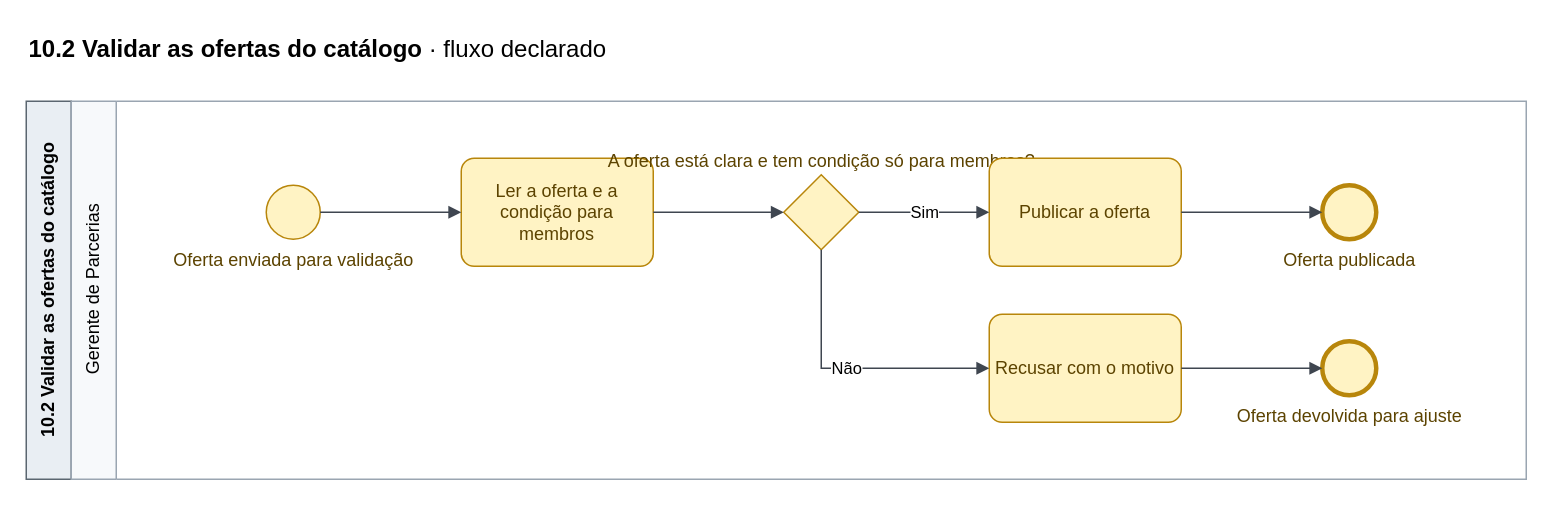
Above: page "10.4 Validar as ofertas do catálogo" (84 of 88) of mapeamentos/wise-partners-to-be/saidas/mapa.drawio in Guilherme-MFaccin/Wise-Partners (draw.io), before the change. Source tidied: cells renumbered, new cells numbered last; positions are measured from the earlier drawing's top-left corner, leaving out a move shared by most shapes. Both pictures are drawn from the tidied source at 150%, with x=0, y=0 at pixel (26, 26).
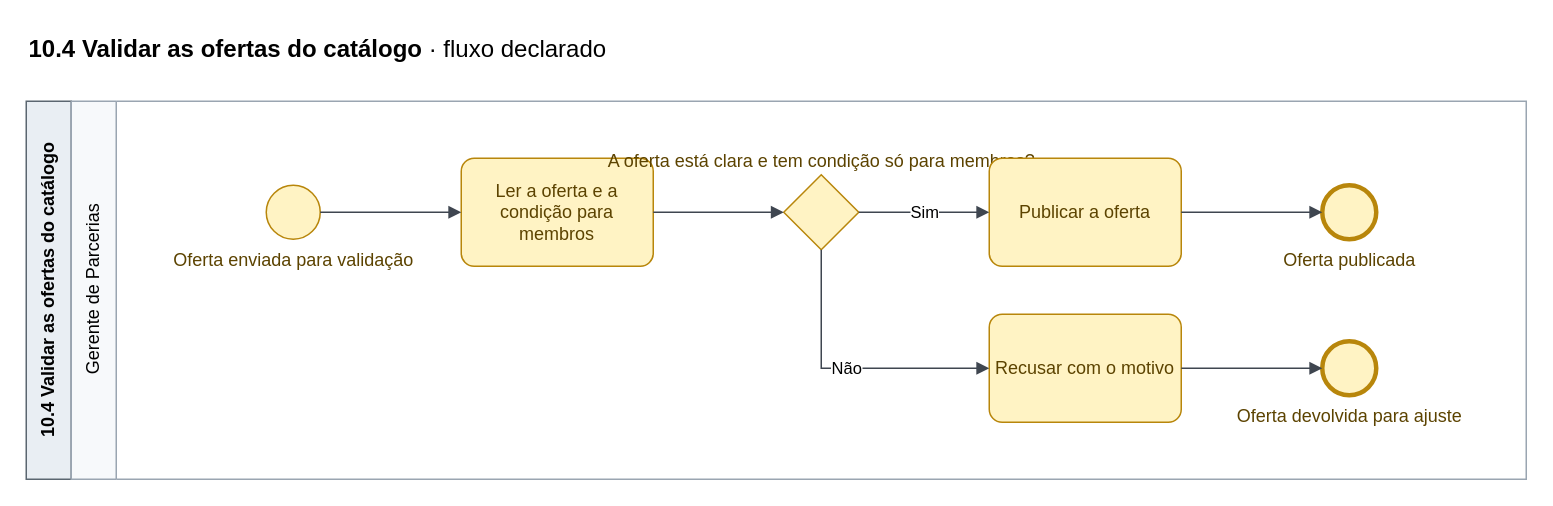
Above is the later version.

The edit, as a diff of the source:
```diff
@@
 <mxGraphModel>
   <root>
     <mxCell id="0" />
     <mxCell id="1" parent="0" />
-    <mxCell id="2" value="&lt;b&gt;10.2 Validar as ofertas do catálogo&lt;/b&gt;  ·  fluxo declarado" style="text;html=1;fontSize=16;align=left;verticalAlign=middle;strokeColor=none;fillColor=none;" parent="1" vertex="1">
+    <mxCell id="2" value="&lt;b&gt;10.4 Validar as ofertas do catálogo&lt;/b&gt;  ·  fluxo declarado" style="text;html=1;fontSize=16;align=left;verticalAlign=middle;strokeColor=none;fillColor=none;" parent="1" vertex="1">
       <mxGeometry width="700" height="30" as="geometry" />
     </mxCell>
-    <mxCell id="3" value="10.2 Validar as ofertas do catálogo" style="rounded=0;whiteSpace=wrap;html=1;horizontal=0;fillColor=#E9EEF3;strokeColor=#5B6670;fontStyle=1;" parent="1" vertex="1">
+    <mxCell id="3" value="10.4 Validar as ofertas do catálogo" style="rounded=0;whiteSpace=wrap;html=1;horizontal=0;fillColor=#E9EEF3;strokeColor=#5B6670;fontStyle=1;" parent="1" vertex="1">
       <mxGeometry y="50" width="30" height="252" as="geometry" />
     </mxCell>
     <mxCell id="4" value="Gerente de Parcerias" style="swimlane;horizontal=0;startSize=30;html=1;fillColor=#F7F9FB;swimlaneFillColor=#FFFFFF;strokeColor=#9AA5B1;fontStyle=0;" parent="1" vertex="1">
       <mxGeometry x="30" y="50" width="970" height="252" as="geometry" />
     </mxCell>
     <mxCell id="5" value="Oferta enviada para validação" style="ellipse;html=1;fillColor=#FFF3C4;strokeColor=#B8860B;fontColor=#5C4300;verticalLabelPosition=bottom;verticalAlign=top;labelPosition=center;align=center;" parent="1" vertex="1">
       <mxGeometry x="160" y="106" width="36" height="36" as="geometry" />
     </mxCell>
     <mxCell id="6" value="Ler a oferta e a condição para membros" style="rounded=1;whiteSpace=wrap;html=1;arcSize=12;fillColor=#FFF3C4;strokeColor=#B8860B;fontColor=#5C4300;" parent="1" vertex="1">
       <mxGeometry x="290" y="88" width="128" height="72" as="geometry" />
     </mxCell>
     <mxCell id="7" value="A oferta está clara e tem condição só para membros?" style="rhombus;html=1;fillColor=#FFF3C4;strokeColor=#B8860B;fontColor=#5C4300;verticalLabelPosition=top;verticalAlign=bottom;labelPosition=center;align=center;" parent="1" vertex="1">
       <mxGeometry x="505" y="99" width="50" height="50" as="geometry" />
     </mxCell>
     <mxCell id="8" value="Publicar a oferta" style="rounded=1;whiteSpace=wrap;html=1;arcSize=12;fillColor=#FFF3C4;strokeColor=#B8860B;fontColor=#5C4300;" parent="1" vertex="1">
       <mxGeometry x="642" y="88" width="128" height="72" as="geometry" />
     </mxCell>
     <mxCell id="9" value="Oferta publicada" style="ellipse;html=1;strokeWidth=3;fillColor=#FFF3C4;strokeColor=#B8860B;fontColor=#5C4300;verticalLabelPosition=bottom;verticalAlign=top;labelPosition=center;align=center;" parent="1" vertex="1">
       <mxGeometry x="864" y="106" width="36" height="36" as="geometry" />
     </mxCell>
     <mxCell id="10" value="Recusar com o motivo" style="rounded=1;whiteSpace=wrap;html=1;arcSize=12;fillColor=#FFF3C4;strokeColor=#B8860B;fontColor=#5C4300;" parent="1" vertex="1">
       <mxGeometry x="642" y="192" width="128" height="72" as="geometry" />
     </mxCell>
     <mxCell id="11" value="Oferta devolvida para ajuste" style="ellipse;html=1;strokeWidth=3;fillColor=#FFF3C4;strokeColor=#B8860B;fontColor=#5C4300;verticalLabelPosition=bottom;verticalAlign=top;labelPosition=center;align=center;" parent="1" vertex="1">
       <mxGeometry x="864" y="210" width="36" height="36" as="geometry" />
     </mxCell>
     <mxCell id="12" style="edgeStyle=orthogonalEdgeStyle;rounded=0;html=1;endArrow=block;endFill=1;strokeColor=#3F4650;" parent="1" edge="1" source="5" target="6">
       <mxGeometry relative="1" as="geometry" />
     </mxCell>
     <mxCell id="13" style="edgeStyle=orthogonalEdgeStyle;rounded=0;html=1;endArrow=block;endFill=1;strokeColor=#3F4650;" parent="1" edge="1" source="6" target="7">
       <mxGeometry relative="1" as="geometry" />
     </mxCell>
     <mxCell id="14" value="Sim" style="edgeStyle=orthogonalEdgeStyle;rounded=0;html=1;endArrow=block;endFill=1;strokeColor=#3F4650;" parent="1" edge="1" source="7" target="8">
       <mxGeometry relative="1" as="geometry" />
     </mxCell>
     <mxCell id="15" style="edgeStyle=orthogonalEdgeStyle;rounded=0;html=1;endArrow=block;endFill=1;strokeColor=#3F4650;" parent="1" edge="1" source="8" target="9">
       <mxGeometry relative="1" as="geometry" />
     </mxCell>
     <mxCell id="16" value="Não" style="edgeStyle=orthogonalEdgeStyle;rounded=0;html=1;endArrow=block;endFill=1;strokeColor=#3F4650;" parent="1" edge="1" source="7" target="10">
       <mxGeometry relative="1" as="geometry">
         <Array as="points">
           <mxPoint x="530" y="228" />
         </Array>
       </mxGeometry>
     </mxCell>
     <mxCell id="17" style="edgeStyle=orthogonalEdgeStyle;rounded=0;html=1;endArrow=block;endFill=1;strokeColor=#3F4650;" parent="1" edge="1" source="10" target="11">
       <mxGeometry relative="1" as="geometry" />
     </mxCell>
   </root>
 </mxGraphModel>
```
